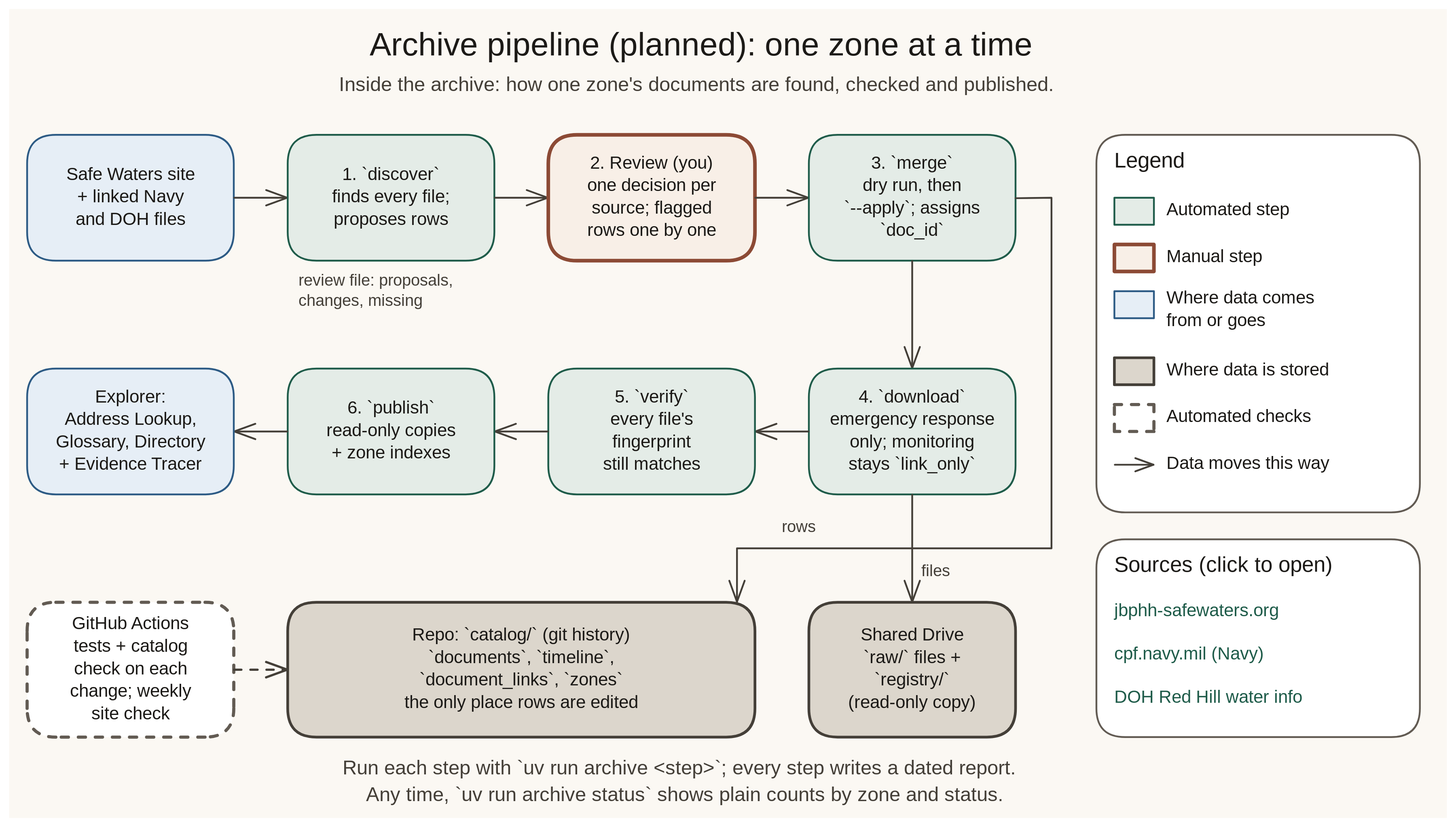
Earlier version of the Excalidraw export docs/diagrams/svgs/archive-pipeline.excalidraw.svg (alemarieceria/jbphh-dw-archive-pipeline). Source tidied: one line per element, renumbered; positions are measured from the earlier drawing's top-left corner, leaving out a move shared by most shapes.
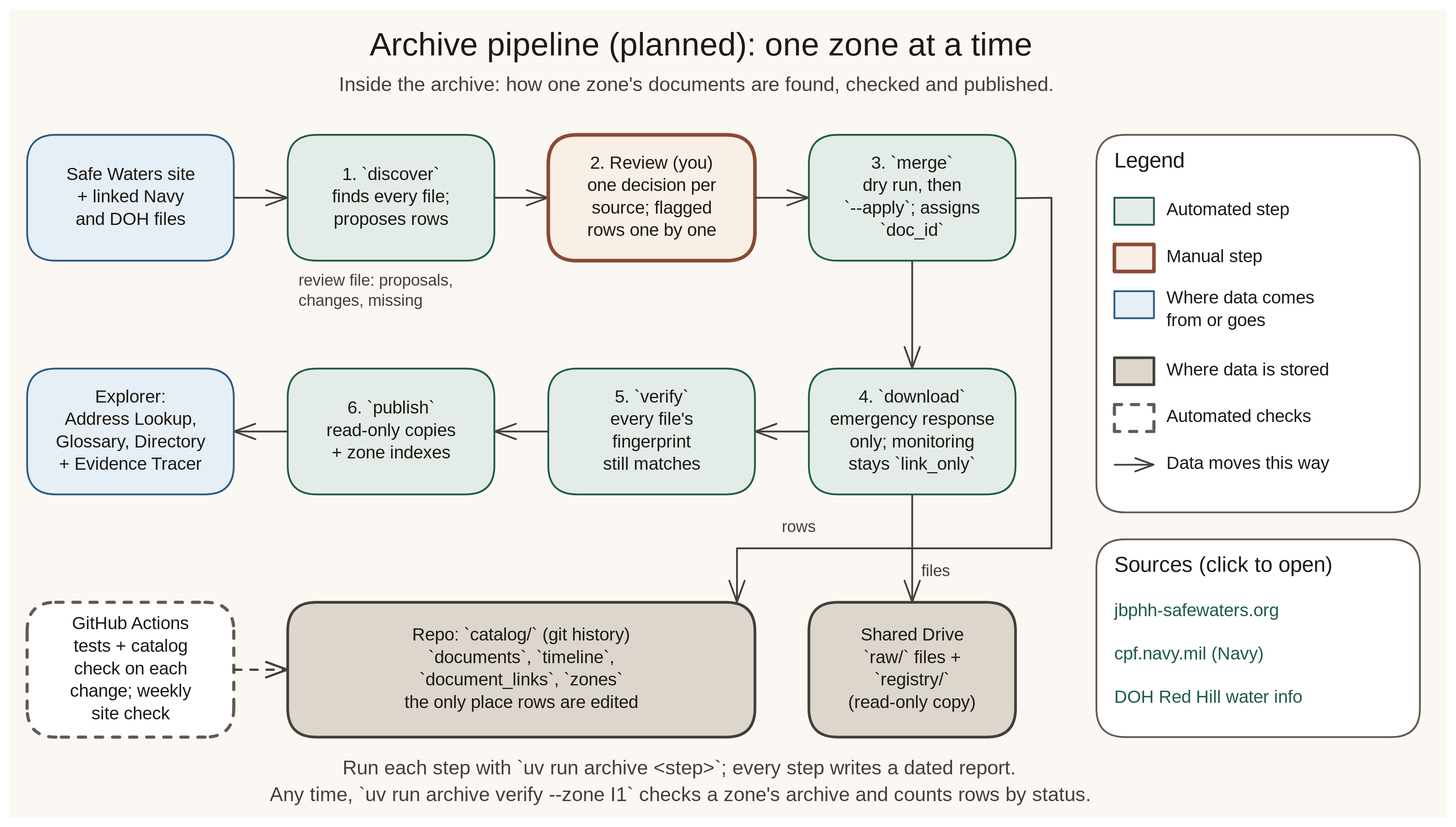
After the change.

Diff of the diagram source:
```diff
@@ -45,7 +45,7 @@
 {"id": 44, "type": "rectangle", "strokeColor": "#625b53", "backgroundColor": "#ffffff", "fillStyle": "solid", "strokeWidth": 3, "strokeStyle": "dashed", "roughness": 0, "round": true, "x": 20, "y": 660, "width": 230, "height": 150}
 {"id": 45, "type": "arrow", "strokeColor": "#443f38", "strokeWidth": 2, "strokeStyle": "dashed", "roughness": 0, "endArrowhead": "arrow", "x": 250, "y": 735, "width": 59, "height": 0, "points": [[0, 0], [59, 0]]}
 {"id": 46, "type": "text", "text": "Run each step with `uv run archive <step>`; every step writes a dated report.", "strokeColor": "#443f38", "strokeWidth": 2, "roughness": 0, "fontSize": 22, "fontFamily": 5, "x": 371, "y": 832, "width": 738, "height": 28}
-{"id": 47, "type": "text", "text": "Any time, `uv run archive status` shows plain counts by zone and status.", "strokeColor": "#443f38", "strokeWidth": 2, "roughness": 0, "fontSize": 22, "fontFamily": 5, "x": 397, "y": 862, "width": 691, "height": 28}
+{"id": 47, "type": "text", "text": "Any time, `uv run archive verify --zone I1` checks a zone's archive and counts rows by status.", "strokeColor": "#443f38", "strokeWidth": 2, "roughness": 0, "fontSize": 22, "fontFamily": 5, "x": 290, "y": 862, "width": 888, "height": 28}
 {"id": 48, "type": "text", "text": "Safe Waters site\n+ linked Navy\nand DOH files", "strokeColor": "#1c1a17", "strokeWidth": 2, "roughness": 1, "fontSize": 20, "fontFamily": 5, "textAlign": "center", "verticalAlign": "middle", "inside": 3, "x": 65, "y": 172, "width": 140, "height": 75}
 {"id": 49, "type": "text", "text": "1. `discover`\nfinds every file;\nproposes rows", "strokeColor": "#1c1a17", "strokeWidth": 2, "roughness": 1, "fontSize": 20, "fontFamily": 5, "textAlign": "center", "verticalAlign": "middle", "inside": 5, "x": 359, "y": 172, "width": 132, "height": 75}
 {"id": 50, "type": "text", "text": "2. Review (you)\none decision per\nsource; flagged\nrows one by one", "strokeColor": "#1c1a17", "strokeWidth": 2, "roughness": 1, "fontSize": 20, "fontFamily": 5, "textAlign": "center", "verticalAlign": "middle", "inside": 27, "x": 642, "y": 160, "width": 146, "height": 100}
```
